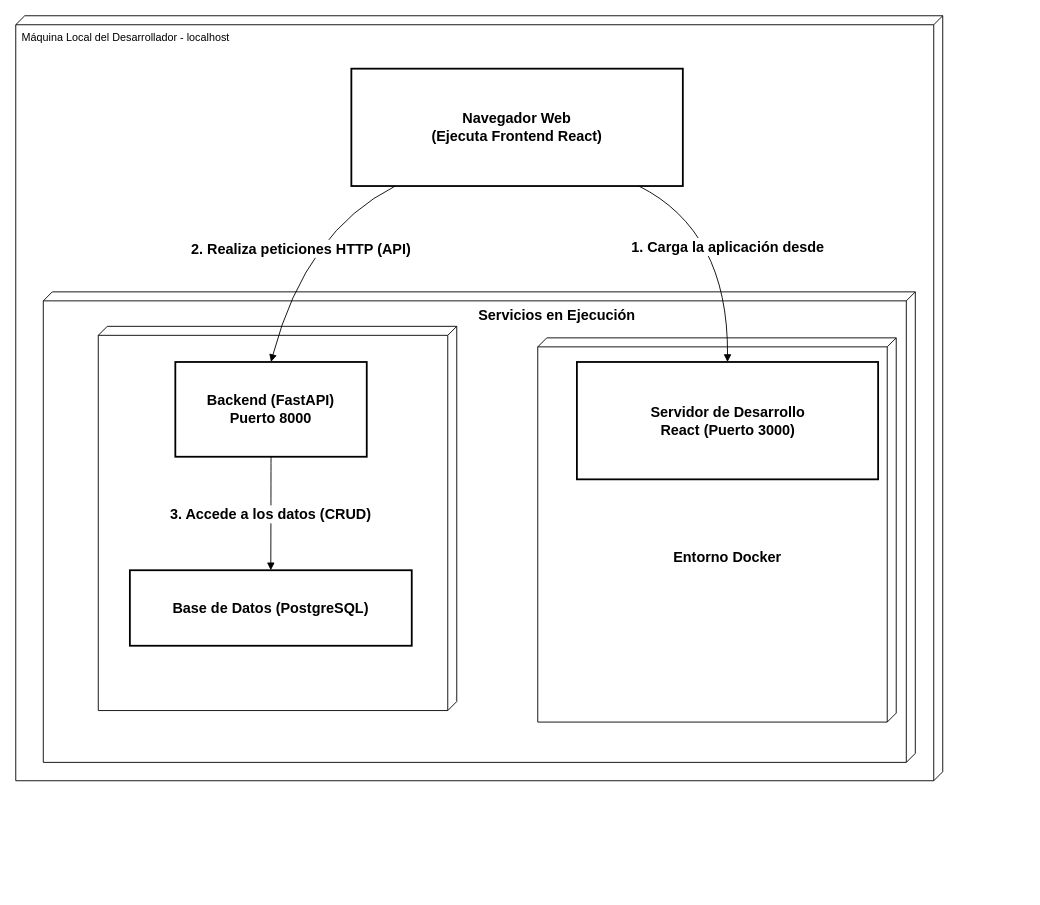
Earlier version of the draw.io diagram PROYECTO_DEPLIEGUE.drawio (RogerNegrete/sistemas-distribuidos). Source tidied: cells renumbered, new cells numbered last; positions are measured from the earlier drawing's top-left corner, leaving out a move shared by most shapes. Both pictures are drawn from the tidied source at 90%, with x=0, y=0 at pixel (15, 15).
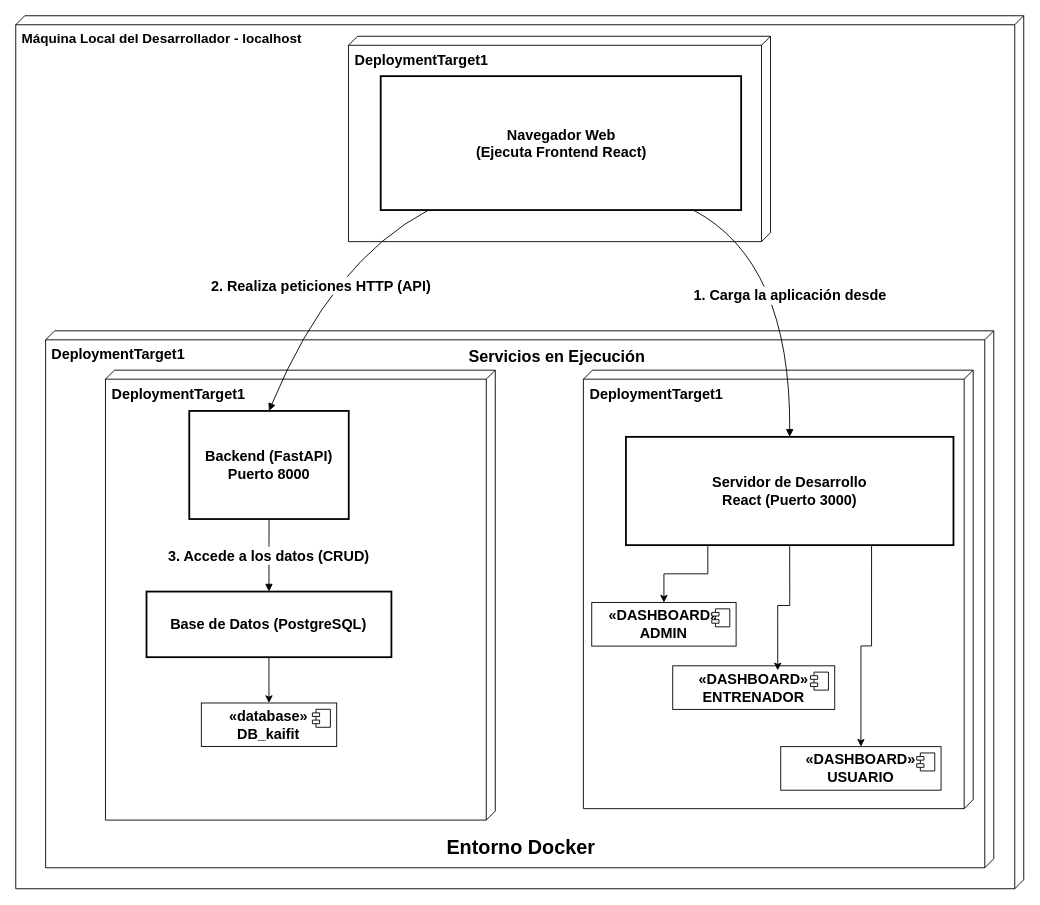
Above is the later version.

Change to the diagram source:
```diff
@@
-    <mxCell id="2" value="Máquina Local del Desarrollador - localhost" style="verticalAlign=top;align=left;shape=cube;size=10;direction=south;fontStyle=0;html=1;boundedLbl=1;spacingLeft=5;whiteSpace=wrap;" parent="1" vertex="1">
-      <mxGeometry width="1030" height="850" as="geometry" />
+    <mxCell id="2" value="&lt;b&gt;&lt;font style=&quot;font-size: 15px;&quot;&gt;Máquina Local del Desarrollador - localhost&lt;/font&gt;&lt;/b&gt;" style="verticalAlign=top;align=left;shape=cube;size=10;direction=south;fontStyle=0;html=1;boundedLbl=1;spacingLeft=5;whiteSpace=wrap;" parent="1" vertex="1">
+      <mxGeometry width="1120" height="970" as="geometry" />
     </mxCell>
-    <mxCell id="3" style="verticalAlign=top;align=left;shape=cube;size=10;direction=south;fontStyle=0;html=1;boundedLbl=1;spacingLeft=5;whiteSpace=wrap;" parent="2" vertex="1">
-      <mxGeometry x="30.6" y="306.8" width="968.9" height="522.8" as="geometry" />
+    <mxCell id="3" value="&lt;font style=&quot;font-size: 16px;&quot;&gt;&lt;b&gt;DeploymentTarget1&lt;/b&gt;&lt;/font&gt;" style="verticalAlign=top;align=left;shape=cube;size=10;direction=south;fontStyle=0;html=1;boundedLbl=1;spacingLeft=5;whiteSpace=wrap;" parent="2" vertex="1">
+      <mxGeometry x="33.2" y="350.1" width="1053.5" height="596.6" as="geometry" />
     </mxCell>
-    <mxCell id="4" style="verticalAlign=top;align=left;shape=cube;size=10;direction=south;fontStyle=0;html=1;boundedLbl=1;spacingLeft=5;whiteSpace=wrap;1;" parent="2" vertex="1">
-      <mxGeometry x="91.7" y="345.1" width="398.3" height="426.9" as="geometry" />
+    <mxCell id="4" value="&lt;font style=&quot;font-size: 16px;&quot;&gt;&lt;b&gt;DeploymentTarget1&lt;/b&gt;&lt;/font&gt;" style="verticalAlign=top;align=left;shape=cube;size=10;direction=south;fontStyle=0;html=1;boundedLbl=1;spacingLeft=5;whiteSpace=wrap;1;" parent="2" vertex="1">
+      <mxGeometry x="99.7" y="393.8" width="433.1" height="499.9" as="geometry" />
     </mxCell>
     <mxCell id="5" value="Backend (FastAPI)&#10;Puerto 8000" style="whiteSpace=wrap;strokeWidth=2;fontSize=16;fontStyle=1;" parent="2" vertex="1">
-      <mxGeometry x="177.3" y="384.7" width="212.7" height="105.3" as="geometry" />
+      <mxGeometry x="192.8" y="439.1" width="177.2" height="120.1" as="geometry" />
     </mxCell>
-    <mxCell id="6" value="Navegador Web&#10;(Ejecuta Frontend React)" style="whiteSpace=wrap;strokeWidth=2;fontSize=16;fontStyle=1;" parent="2" vertex="1">
-      <mxGeometry x="372.9" y="58.8" width="368.3" height="130.4" as="geometry" />
-    </mxCell>
+    <mxCell id="15" style="edgeStyle=orthogonalEdgeStyle;rounded=0;jettySize=auto;html=1;exitX=0.5;exitY=1;exitDx=0;exitDy=0;" parent="2" edge="1" source="7" target="19">
+      <mxGeometry relative="1" as="geometry" />
+    </mxCell>
     <mxCell id="7" value="Base de Datos (PostgreSQL)" style="whiteSpace=wrap;strokeWidth=2;fontSize=16;fontStyle=1;" parent="2" vertex="1">
-      <mxGeometry x="126.8" y="616.1" width="313.2" height="83.9" as="geometry" />
+      <mxGeometry x="145.3" y="639.8" width="272.1" height="72.9" as="geometry" />
     </mxCell>
-    <mxCell id="8" value="2. Realiza peticiones HTTP (API)" style="curved=1;startArrow=none;endArrow=block;exitX=0.14;exitY=0.99;entryX=0.5;entryY=0;rounded=0;fontSize=16;fontStyle=1;" parent="2" edge="1" source="6" target="5">
-      <mxGeometry relative="1" as="geometry">
-        <Array as="points">
-          <mxPoint x="322.4" y="239" />
-        </Array>
-      </mxGeometry>
-    </mxCell>
@@
-    <mxCell id="10" value="&lt;font style=&quot;font-size: 16px;&quot;&gt;&lt;b&gt;Servicios en Ejecución&lt;/b&gt;&lt;/font&gt;" style="text;html=1;align=center;verticalAlign=middle;whiteSpace=wrap;rounded=0;" parent="2" vertex="1">
-      <mxGeometry x="372.9" y="306.8" width="456.9" height="51.1" as="geometry" />
+    <mxCell id="10" value="&lt;font style=&quot;font-size: 18px;&quot;&gt;&lt;b style=&quot;&quot;&gt;Servicios en Ejecución&lt;/b&gt;&lt;/font&gt;" style="text;html=1;align=center;verticalAlign=middle;whiteSpace=wrap;rounded=0;" parent="2" vertex="1">
+      <mxGeometry x="353.1" y="350.1" width="496.9" height="58.3" as="geometry" />
     </mxCell>
-    <mxCell id="11" style="verticalAlign=top;align=left;shape=cube;size=10;direction=south;fontStyle=0;html=1;boundedLbl=1;spacingLeft=5;whiteSpace=wrap;1;" parent="2" vertex="1">
-      <mxGeometry x="580" y="357.9" width="398.3" height="426.9" as="geometry" />
+    <mxCell id="11" value="&lt;font style=&quot;font-size: 16px;&quot;&gt;&lt;b&gt;DeploymentTarget1&lt;/b&gt;&lt;/font&gt;" style="verticalAlign=top;align=left;shape=cube;size=10;direction=south;fontStyle=0;html=1;boundedLbl=1;spacingLeft=5;whiteSpace=wrap;1;" parent="2" vertex="1">
+      <mxGeometry x="630.7" y="393.8" width="433.1" height="487.2" as="geometry" />
     </mxCell>
-    <mxCell id="12" value="&lt;span style=&quot;font-size: 16px; font-weight: 700;&quot;&gt;Entorno Docker&lt;/span&gt;" style="text;html=1;align=center;verticalAlign=middle;whiteSpace=wrap;rounded=0;" parent="2" vertex="1">
-      <mxGeometry x="683.9" y="575.2" width="213.9" height="51.1" as="geometry" />
+    <mxCell id="12" value="&lt;span style=&quot;font-weight: 700;&quot;&gt;&lt;font style=&quot;font-size: 22px;&quot;&gt;Entorno Docker&lt;/font&gt;&lt;/span&gt;" style="text;html=1;align=center;verticalAlign=middle;whiteSpace=wrap;rounded=0;" parent="2" vertex="1">
+      <mxGeometry x="445.3" y="895.6" width="232.6" height="58.3" as="geometry" />
     </mxCell>
+    <mxCell id="16" style="edgeStyle=orthogonalEdgeStyle;rounded=0;jettySize=auto;html=1;exitX=0.25;exitY=1;exitDx=0;exitDy=0;" parent="2" edge="1" source="13" target="21">
+      <mxGeometry relative="1" as="geometry" />
+    </mxCell>
+    <mxCell id="17" style="edgeStyle=orthogonalEdgeStyle;rounded=0;jettySize=auto;html=1;exitX=0.75;exitY=1;exitDx=0;exitDy=0;" parent="2" edge="1" source="13" target="25">
+      <mxGeometry relative="1" as="geometry" />
+    </mxCell>
     <mxCell id="13" value="Servidor de Desarrollo&#10;React (Puerto 3000)" style="whiteSpace=wrap;strokeWidth=2;fontSize=16;fontStyle=1;" parent="2" vertex="1">
-      <mxGeometry x="623.5" y="384.7" width="334.7" height="130.4" as="geometry" />
+      <mxGeometry x="678" y="467.9" width="363.9" height="120.3" as="geometry" />
     </mxCell>
+    <mxCell id="18" value="&lt;font style=&quot;font-size: 16px;&quot;&gt;&lt;b&gt;DeploymentTarget1&lt;/b&gt;&lt;/font&gt;" style="verticalAlign=top;align=left;shape=cube;size=10;direction=south;fontStyle=0;html=1;boundedLbl=1;spacingLeft=5;whiteSpace=wrap;1;" parent="2" vertex="1">
+      <mxGeometry x="369.7" y="22.8" width="468.9" height="228.2" as="geometry" />
+    </mxCell>
+    <mxCell id="6" value="Navegador Web&#10;(Ejecuta Frontend React)" style="whiteSpace=wrap;strokeWidth=2;fontSize=16;fontStyle=1;" parent="2" vertex="1">
+      <mxGeometry x="405.5" y="67.1" width="400.5" height="148.8" as="geometry" />
+    </mxCell>
     <mxCell id="14" value="1. Carga la aplicación desde" style="curved=1;startArrow=none;endArrow=block;exitX=0.86;exitY=0.99;entryX=0.5;entryY=0;rounded=0;fontSize=16;fontStyle=1;" parent="2" edge="1" source="6" target="13">
       <mxGeometry relative="1" as="geometry">
         <Array as="points">
-          <mxPoint x="791.6" y="239" />
+          <mxPoint x="860.8" y="272.8" />
         </Array>
       </mxGeometry>
     </mxCell>
+    <mxCell id="8" value="2. Realiza peticiones HTTP (API)" style="curved=1;startArrow=none;endArrow=block;exitX=0.14;exitY=0.99;entryX=0.5;entryY=0;rounded=0;fontSize=16;fontStyle=1;" parent="2" edge="1" source="6" target="5">
+      <mxGeometry relative="1" as="geometry">
+        <Array as="points">
+          <mxPoint x="350.6" y="272.8" />
+        </Array>
+      </mxGeometry>
+    </mxCell>
+    <mxCell id="19" value="&lt;font style=&quot;&quot;&gt;&lt;b style=&quot;font-size: 16px;&quot;&gt;«database»&lt;/b&gt;&lt;br&gt;&lt;span style=&quot;font-size: 16px;&quot;&gt;&lt;b&gt;DB_kaifit&lt;/b&gt;&lt;/span&gt;&lt;/font&gt;" style="html=1;whiteSpace=wrap;" parent="2" vertex="1">
+      <mxGeometry x="206.2" y="763.6" width="150.4" height="48.4" as="geometry" />
+    </mxCell>
+    <mxCell id="20" style="shape=module;jettyWidth=8;jettyHeight=4;" parent="19" vertex="1">
+      <mxGeometry x="1" width="20" height="20" relative="1" as="geometry">
+        <mxPoint x="-27" y="7" as="offset" />
+      </mxGeometry>
+    </mxCell>
+    <mxCell id="21" value="&lt;font style=&quot;&quot;&gt;&lt;b style=&quot;font-size: 16px;&quot;&gt;«DASHBOARD»&lt;/b&gt;&lt;br&gt;&lt;span style=&quot;font-size: 16px;&quot;&gt;&lt;b&gt;ADMIN&lt;/b&gt;&lt;/span&gt;&lt;/font&gt;" style="html=1;whiteSpace=wrap;" parent="2" vertex="1">
+      <mxGeometry x="640" y="652" width="160.4" height="48.4" as="geometry" />
+    </mxCell>
+    <mxCell id="22" style="shape=module;jettyWidth=8;jettyHeight=4;" parent="21" vertex="1">
+      <mxGeometry x="1" width="20" height="20" relative="1" as="geometry">
+        <mxPoint x="-27" y="7" as="offset" />
+      </mxGeometry>
+    </mxCell>
+    <mxCell id="23" value="&lt;b style=&quot;font-size: 16px;&quot;&gt;«DASHBOARD»&lt;/b&gt;&lt;div&gt;&lt;b style=&quot;font-size: 16px;&quot;&gt;ENTRENADOR&lt;/b&gt;&lt;/div&gt;" style="html=1;whiteSpace=wrap;" parent="2" vertex="1">
+      <mxGeometry x="730" y="722.3" width="180" height="48.4" as="geometry" />
+    </mxCell>
+    <mxCell id="24" style="shape=module;jettyWidth=8;jettyHeight=4;" parent="23" vertex="1">
+      <mxGeometry x="1" width="20" height="20" relative="1" as="geometry">
+        <mxPoint x="-27" y="7" as="offset" />
+      </mxGeometry>
+    </mxCell>
+    <mxCell id="25" value="&lt;b style=&quot;font-size: 16px;&quot;&gt;«DASHBOARD»&lt;/b&gt;&lt;div&gt;&lt;b style=&quot;font-size: 16px;&quot;&gt;USUARIO&lt;/b&gt;&lt;/div&gt;" style="html=1;whiteSpace=wrap;" parent="2" vertex="1">
+      <mxGeometry x="850" y="812.1" width="178.1" height="48.4" as="geometry" />
+    </mxCell>
+    <mxCell id="26" style="shape=module;jettyWidth=8;jettyHeight=4;" parent="25" vertex="1">
+      <mxGeometry x="1" width="20" height="20" relative="1" as="geometry">
+        <mxPoint x="-27" y="7" as="offset" />
+      </mxGeometry>
+    </mxCell>
+    <mxCell id="27" style="edgeStyle=orthogonalEdgeStyle;rounded=0;jettySize=auto;html=1;exitX=0.5;exitY=1;exitDx=0;exitDy=0;entryX=0.648;entryY=0.104;entryDx=0;entryDy=0;entryPerimeter=0;" parent="2" edge="1" source="13" target="23">
+      <mxGeometry relative="1" as="geometry" />
+    </mxCell>
```
